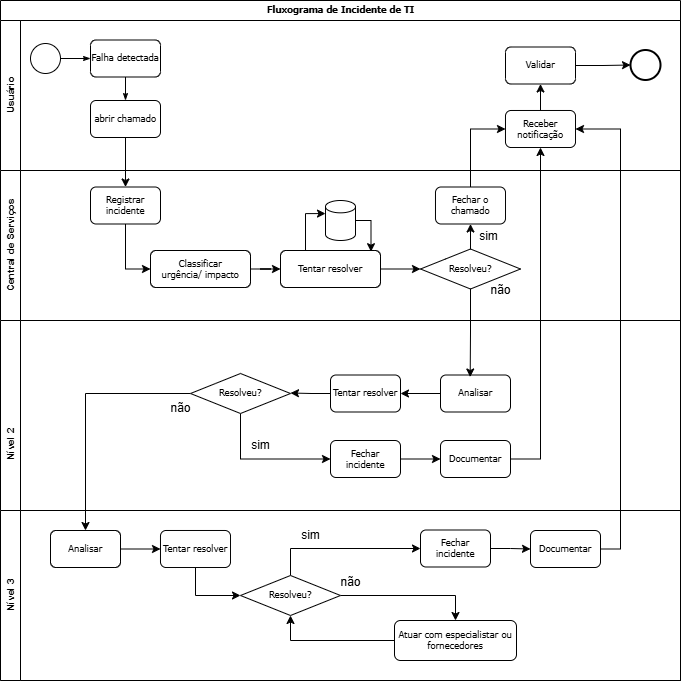
Above: Sprint3/Documentação/TI/Fluxogramas/fluxograma-incidente.drawio.png in Jv-Torelli/safe_Gas (draw.io), before the change. Source tidied: cells renumbered, new cells last; positions are measured from the earlier drawing's top-left corner, leaving out a move shared by most shapes.
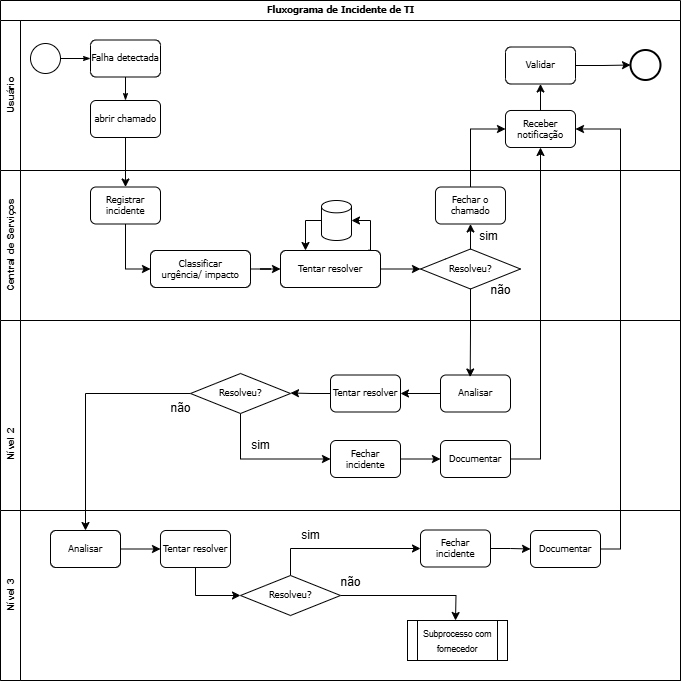
After the change.

The edit, as a diff of the source:
```diff
@@ -59,15 +59,12 @@
     <mxCell id="20" value="&lt;font style=&quot;font-size: 8.5px;&quot;&gt;Tentar resolver&lt;/font&gt;" style="rounded=1;whiteSpace=wrap;html=1;shadow=0;labelBackgroundColor=none;strokeWidth=1;fontFamily=Verdana;fontSize=8;align=center;" parent="14" vertex="1">
       <mxGeometry x="280" y="80" width="100" height="37" as="geometry" />
     </mxCell>
+    <mxCell id="23" style="edgeStyle=orthogonalEdgeStyle;rounded=0;jettySize=auto;html=1;exitX=0;exitY=0.5;exitDx=0;exitDy=0;exitPerimeter=0;entryX=0.25;entryY=0;entryDx=0;entryDy=0;" parent="14" edge="1" source="21" target="20">
+      <mxGeometry relative="1" as="geometry" />
+    </mxCell>
     <mxCell id="21" style="shape=cylinder3;whiteSpace=wrap;html=1;boundedLbl=1;backgroundOutline=1;size=6.166666666666686;" parent="14" vertex="1">
-      <mxGeometry x="325" y="30" width="30" height="40" as="geometry" />
+      <mxGeometry x="321" y="30" width="30" height="40" as="geometry" />
     </mxCell>
-    <mxCell id="22" style="edgeStyle=orthogonalEdgeStyle;rounded=0;jettySize=auto;html=1;exitX=0.25;exitY=0;exitDx=0;exitDy=0;entryX=0;entryY=0;entryDx=0;entryDy=13.083333333333343;entryPerimeter=0;" parent="14" edge="1" source="20" target="21">
-      <mxGeometry relative="1" as="geometry" />
-    </mxCell>
-    <mxCell id="23" style="edgeStyle=orthogonalEdgeStyle;rounded=0;jettySize=auto;html=1;exitX=1;exitY=0.5;exitDx=0;exitDy=0;exitPerimeter=0;entryX=0.905;entryY=0.032;entryDx=0;entryDy=0;entryPerimeter=0;" parent="14" edge="1" source="21" target="20">
-      <mxGeometry relative="1" as="geometry" />
-    </mxCell>
     <mxCell id="24" value="&lt;font style=&quot;font-size: 8.5px;&quot;&gt;Resolveu?&lt;/font&gt;" style="rhombus;whiteSpace=wrap;html=1;fontSize=8;fontFamily=Verdana;rounded=1;shadow=0;labelBackgroundColor=none;strokeWidth=1;arcSize=0;" parent="14" vertex="1">
       <mxGeometry x="420" y="78.5" width="100" height="40" as="geometry" />
     </mxCell>
@@ -83,6 +80,14 @@
     <mxCell id="28" value="não" style="text;html=1;align=center;verticalAlign=middle;strokeColor=none;fillColor=none;" parent="14" vertex="1">
       <mxGeometry x="480" y="105" width="40" height="30" as="geometry" />
     </mxCell>
+    <mxCell id="22" style="edgeStyle=orthogonalEdgeStyle;rounded=0;jettySize=auto;html=1;exitX=0.88;exitY=-0.009;exitDx=0;exitDy=0;entryX=1;entryY=0.5;entryDx=0;entryDy=0;entryPerimeter=0;exitPerimeter=0;" parent="14" edge="1" source="20" target="21">
+      <mxGeometry relative="1" as="geometry">
+        <Array as="points">
+          <mxPoint x="370" y="80" />
+          <mxPoint x="370" y="50" />
+        </Array>
+      </mxGeometry>
+    </mxCell>
     <mxCell id="29" value="&lt;font style=&quot;font-size: 10px;&quot;&gt;&lt;span style=&quot;white-space: pre;&quot;&gt;&#9;&lt;/span&gt;&lt;span style=&quot;white-space: pre;&quot;&gt;&#9;&lt;/span&gt;&lt;span style=&quot;white-space: pre;&quot;&gt;&#9;&lt;span style=&quot;white-space: pre;&quot;&gt;&#9;&lt;span style=&quot;white-space: pre;&quot;&gt;&#9;&lt;/span&gt;&lt;/span&gt;Nível 2&lt;/span&gt;&lt;/font&gt;" style="swimlane;html=1;startSize=20;horizontal=0;" parent="2" vertex="1">
       <mxGeometry y="320" width="680" height="360" as="geometry" />
     </mxCell>
@@ -112,12 +117,6 @@
     <mxCell id="37" value="&lt;font style=&quot;font-size: 10px;&quot;&gt;Nível 3&lt;/font&gt;" style="swimlane;html=1;startSize=20;horizontal=0;" parent="29" vertex="1">
       <mxGeometry y="190" width="680" height="170" as="geometry" />
     </mxCell>
-    <mxCell id="38" style="edgeStyle=orthogonalEdgeStyle;rounded=0;jettySize=auto;html=1;exitX=0;exitY=0.5;exitDx=0;exitDy=0;entryX=0.5;entryY=1;entryDx=0;entryDy=0;" parent="37" edge="1" source="39" target="46">
-      <mxGeometry relative="1" as="geometry" />
-    </mxCell>
-    <mxCell id="39" value="&lt;font style=&quot;font-size: 8.5px;&quot;&gt;Atuar com especialistar ou fornecedores&lt;/font&gt;" style="rounded=1;whiteSpace=wrap;html=1;shadow=0;labelBackgroundColor=none;strokeWidth=1;fontFamily=Verdana;fontSize=8;align=center;" parent="37" vertex="1">
-      <mxGeometry x="394" y="110" width="122" height="40" as="geometry" />
-    </mxCell>
     <mxCell id="40" style="edgeStyle=orthogonalEdgeStyle;rounded=0;jettySize=auto;html=1;exitX=1;exitY=0.5;exitDx=0;exitDy=0;" parent="37" edge="1" source="41" target="43">
       <mxGeometry relative="1" as="geometry" />
     </mxCell>
@@ -130,8 +129,10 @@
     <mxCell id="43" value="&lt;font style=&quot;font-size: 8.5px;&quot;&gt;Tentar resolver&lt;/font&gt;" style="rounded=1;whiteSpace=wrap;html=1;shadow=0;labelBackgroundColor=none;strokeWidth=1;fontFamily=Verdana;fontSize=8;align=center;" parent="37" vertex="1">
       <mxGeometry x="160" y="20" width="70" height="37" as="geometry" />
     </mxCell>
-    <mxCell id="44" style="edgeStyle=orthogonalEdgeStyle;rounded=0;jettySize=auto;html=1;exitX=1;exitY=0.5;exitDx=0;exitDy=0;entryX=0.5;entryY=0;entryDx=0;entryDy=0;" parent="37" edge="1" source="46" target="39">
-      <mxGeometry relative="1" as="geometry" />
+    <mxCell id="44" style="edgeStyle=orthogonalEdgeStyle;rounded=0;jettySize=auto;html=1;exitX=1;exitY=0.5;exitDx=0;exitDy=0;entryX=0.5;entryY=0;entryDx=0;entryDy=0;" parent="37" edge="1" source="46">
+      <mxGeometry relative="1" as="geometry">
+        <mxPoint x="455" y="110" as="targetPoint" />
+      </mxGeometry>
     </mxCell>
     <mxCell id="45" style="edgeStyle=orthogonalEdgeStyle;rounded=0;jettySize=auto;html=1;entryX=0;entryY=0.5;entryDx=0;entryDy=0;exitX=0.5;exitY=0;exitDx=0;exitDy=0;" parent="37" edge="1" source="46" target="49">
       <mxGeometry relative="1" as="geometry" />
@@ -154,6 +155,9 @@
     <mxCell id="51" value="sim" style="text;html=1;align=center;verticalAlign=middle;strokeColor=none;fillColor=none;" parent="37" vertex="1">
       <mxGeometry x="290" y="10" width="40" height="30" as="geometry" />
     </mxCell>
+    <mxCell id="62" value="&lt;font style=&quot;font-size: 8.5px;&quot;&gt;Subprocesso com fornecedor&lt;/font&gt;" style="shape=process;whiteSpace=wrap;html=1;backgroundOutline=1;" parent="37" vertex="1">
+      <mxGeometry x="407" y="110" width="100" height="40" as="geometry" />
+    </mxCell>
     <mxCell id="52" style="edgeStyle=orthogonalEdgeStyle;rounded=0;jettySize=auto;html=1;exitX=1;exitY=0.5;exitDx=0;exitDy=0;" parent="29" edge="1" source="53" target="55">
       <mxGeometry relative="1" as="geometry" />
     </mxCell>
```
